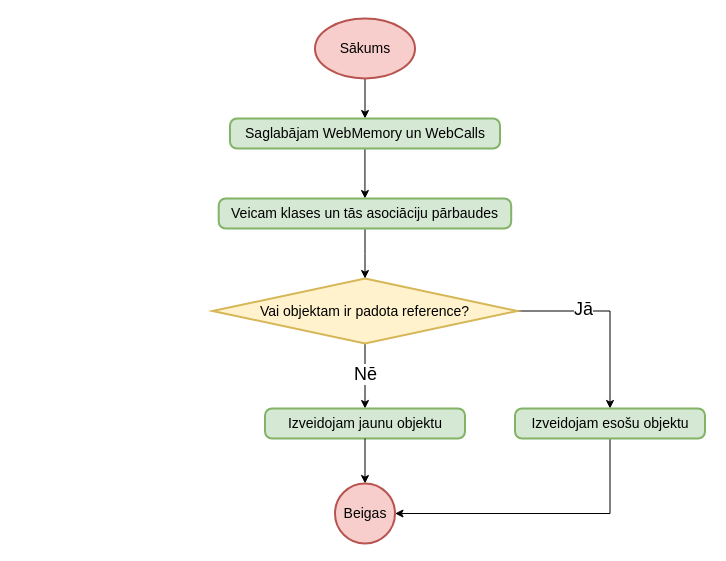
The draw.io diagram page "Konstruktora ģenerēšana" (3 of 6) of src/Kvalifikacijas darbs/Diagrammas/Ģenerators.drawio in artiks12/webAppOS, before the edit. Source tidied: cells renumbered, new cells numbered last; positions are measured from the earlier drawing's top-left corner, leaving out a move shared by most shapes. Both pictures are drawn from the tidied source at 100%, with x=0, y=0 at pixel (212, 18).
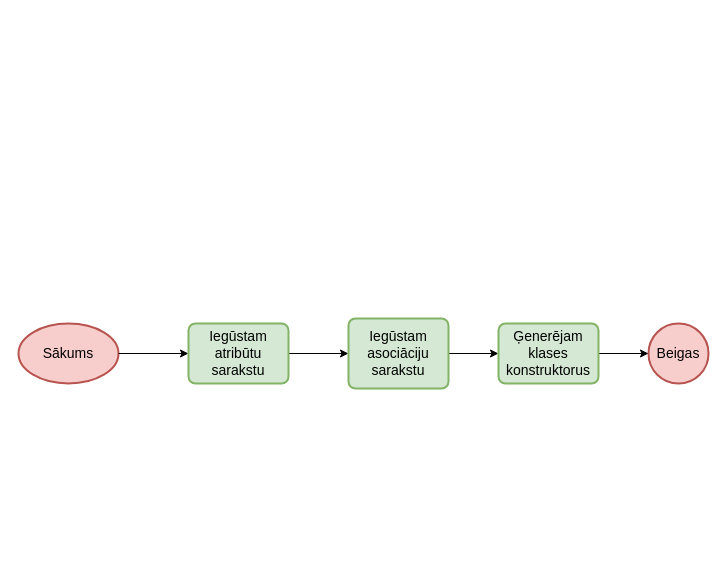
The same page after the edit.

What changed in the source:
```diff
@@
 <mxGraphModel>
   <root>
     <mxCell id="0" />
     <mxCell id="1" parent="0" />
-    <mxCell id="2" style="edgeStyle=orthogonalEdgeStyle;rounded=0;jettySize=auto;html=1;entryX=0.5;entryY=0;entryDx=0;entryDy=0;" parent="1" edge="1" source="3" target="5">
-      <mxGeometry relative="1" as="geometry" />
-    </mxCell>
     <mxCell id="3" value="Sākums" style="strokeWidth=2;html=1;shape=mxgraph.flowchart.start_1;whiteSpace=wrap;fontSize=14;fillColor=#f8cecc;strokeColor=#b85450;" parent="1" vertex="1">
-      <mxGeometry x="102.5" width="100" height="60" as="geometry" />
+      <mxGeometry x="-194" y="305" width="100" height="60" as="geometry" />
     </mxCell>
-    <mxCell id="4" style="edgeStyle=orthogonalEdgeStyle;rounded=0;jettySize=auto;html=1;entryX=0.5;entryY=0;entryDx=0;entryDy=0;" parent="1" edge="1" source="5" target="17">
-      <mxGeometry relative="1" as="geometry" />
-    </mxCell>
-    <mxCell id="5" value="Saglabājam WebMemory un WebCalls" style="rounded=1;whiteSpace=wrap;html=1;absoluteArcSize=1;arcSize=14;strokeWidth=2;fontSize=14;fillColor=#d5e8d4;strokeColor=#82b366;" parent="1" vertex="1">
-      <mxGeometry x="17.5" y="100" width="270" height="30" as="geometry" />
-    </mxCell>
-    <mxCell id="6" style="edgeStyle=orthogonalEdgeStyle;rounded=0;jettySize=auto;html=1;exitX=1;exitY=0.5;exitDx=0;exitDy=0;exitPerimeter=0;entryX=0.5;entryY=0;entryDx=0;entryDy=0;" parent="1" edge="1" source="9" target="11">
-      <mxGeometry relative="1" as="geometry" />
-    </mxCell>
-    <mxCell id="7" style="edgeStyle=orthogonalEdgeStyle;rounded=0;jettySize=auto;html=1;entryX=0.5;entryY=0;entryDx=0;entryDy=0;" parent="1" edge="1" source="9" target="12">
-      <mxGeometry relative="1" as="geometry" />
-    </mxCell>
-    <mxCell id="8" value="&lt;font style=&quot;font-size: 18px&quot;&gt;Nē&lt;/font&gt;" style="edgeLabel;html=1;align=center;verticalAlign=middle;" parent="7" vertex="1">
-      <mxGeometry x="-0.31" y="-2" relative="1" as="geometry">
-        <mxPoint x="2" y="8" as="offset" />
-      </mxGeometry>
-    </mxCell>
-    <mxCell id="9" value="Vai objektam ir padota reference?" style="strokeWidth=2;html=1;shape=mxgraph.flowchart.decision;whiteSpace=wrap;fontSize=14;fillColor=#fff2cc;strokeColor=#d6b656;" parent="1" vertex="1">
-      <mxGeometry y="260" width="305" height="65" as="geometry" />
-    </mxCell>
-    <mxCell id="10" style="edgeStyle=orthogonalEdgeStyle;rounded=0;jettySize=auto;html=1;entryX=1;entryY=0.5;entryDx=0;entryDy=0;exitX=0.5;exitY=1;exitDx=0;exitDy=0;entryPerimeter=0;" parent="1" edge="1" source="11" target="14">
-      <mxGeometry relative="1" as="geometry" />
-    </mxCell>
-    <mxCell id="11" value="Izveidojam esošu objektu" style="rounded=1;whiteSpace=wrap;html=1;absoluteArcSize=1;arcSize=14;strokeWidth=2;fontSize=14;fillColor=#d5e8d4;strokeColor=#82b366;" parent="1" vertex="1">
-      <mxGeometry x="302.5" y="390" width="190" height="30" as="geometry" />
-    </mxCell>
-    <mxCell id="12" value="Izveidojam jaunu objektu" style="rounded=1;whiteSpace=wrap;html=1;absoluteArcSize=1;arcSize=14;strokeWidth=2;fontSize=14;fillColor=#d5e8d4;strokeColor=#82b366;" parent="1" vertex="1">
-      <mxGeometry x="52.5" y="390" width="200" height="30" as="geometry" />
-    </mxCell>
-    <mxCell id="13" style="edgeStyle=orthogonalEdgeStyle;rounded=0;jettySize=auto;html=1;entryX=0.5;entryY=0;entryDx=0;entryDy=0;entryPerimeter=0;exitX=0.5;exitY=1;exitDx=0;exitDy=0;" parent="1" edge="1" source="12" target="14">
-      <mxGeometry relative="1" as="geometry" />
-    </mxCell>
+    <mxCell id="18" style="edgeStyle=orthogonalEdgeStyle;rounded=0;jettySize=auto;html=1;exitX=1;exitY=0.5;exitDx=0;exitDy=0;exitPerimeter=0;entryX=0;entryY=0.5;entryDx=0;entryDy=0;" parent="1" edge="1" source="3" target="20">
+      <mxGeometry relative="1" as="geometry" />
+    </mxCell>
+    <mxCell id="19" style="edgeStyle=orthogonalEdgeStyle;rounded=0;jettySize=auto;html=1;fontSize=18;entryX=0;entryY=0.5;entryDx=0;entryDy=0;" parent="1" edge="1" source="20" target="23">
+      <mxGeometry relative="1" as="geometry" />
+    </mxCell>
+    <mxCell id="20" value="Iegūstam atribūtu sarakstu" style="rounded=1;whiteSpace=wrap;html=1;absoluteArcSize=1;arcSize=14;strokeWidth=2;fontSize=14;fillColor=#d5e8d4;strokeColor=#82b366;" parent="1" vertex="1">
+      <mxGeometry x="-24" y="305" width="100" height="60" as="geometry" />
+    </mxCell>
     <mxCell id="14" value="Beigas" style="strokeWidth=2;html=1;shape=mxgraph.flowchart.start_2;whiteSpace=wrap;fontSize=14;fillColor=#f8cecc;strokeColor=#b85450;" parent="1" vertex="1">
-      <mxGeometry x="122.5" y="465" width="60" height="60" as="geometry" />
+      <mxGeometry x="436" y="305" width="60" height="60" as="geometry" />
     </mxCell>
-    <mxCell id="15" value="&lt;font style=&quot;font-size: 18px&quot;&gt;Jā&lt;/font&gt;" style="edgeLabel;html=1;align=center;verticalAlign=middle;" parent="1" vertex="1">
-      <mxGeometry x="370" y="290" as="geometry" />
-    </mxCell>
-    <mxCell id="16" style="edgeStyle=orthogonalEdgeStyle;rounded=0;jettySize=auto;html=1;entryX=0.5;entryY=0;entryDx=0;entryDy=0;entryPerimeter=0;" parent="1" edge="1" source="17" target="9">
-      <mxGeometry relative="1" as="geometry" />
-    </mxCell>
-    <mxCell id="17" value="Veicam klases un tās asociāciju pārbaudes" style="rounded=1;whiteSpace=wrap;html=1;absoluteArcSize=1;arcSize=14;strokeWidth=2;fontSize=14;fillColor=#d5e8d4;strokeColor=#82b366;" parent="1" vertex="1">
-      <mxGeometry x="6.2" y="180" width="292.5" height="30" as="geometry" />
-    </mxCell>
+    <mxCell id="21" style="edgeStyle=orthogonalEdgeStyle;rounded=0;jettySize=auto;html=1;fontSize=18;exitX=1;exitY=0.5;exitDx=0;exitDy=0;" parent="1" edge="1" source="24" target="14">
+      <mxGeometry relative="1" as="geometry" />
+    </mxCell>
+    <mxCell id="22" style="edgeStyle=orthogonalEdgeStyle;rounded=0;jettySize=auto;html=1;entryX=0;entryY=0.5;entryDx=0;entryDy=0;fontSize=18;" parent="1" edge="1" source="23" target="24">
+      <mxGeometry relative="1" as="geometry" />
+    </mxCell>
+    <mxCell id="23" value="Iegūstam asociāciju sarakstu" style="rounded=1;whiteSpace=wrap;html=1;absoluteArcSize=1;arcSize=14;strokeWidth=2;fontSize=14;fillColor=#d5e8d4;strokeColor=#82b366;" parent="1" vertex="1">
+      <mxGeometry x="136" y="300" width="100" height="70" as="geometry" />
+    </mxCell>
+    <mxCell id="24" value="Ģenerējam klases konstruktorus" style="rounded=1;whiteSpace=wrap;html=1;absoluteArcSize=1;arcSize=14;strokeWidth=2;fontSize=14;fillColor=#d5e8d4;strokeColor=#82b366;" parent="1" vertex="1">
+      <mxGeometry x="286" y="305" width="100" height="60" as="geometry" />
+    </mxCell>
   </root>
 </mxGraphModel>
```
